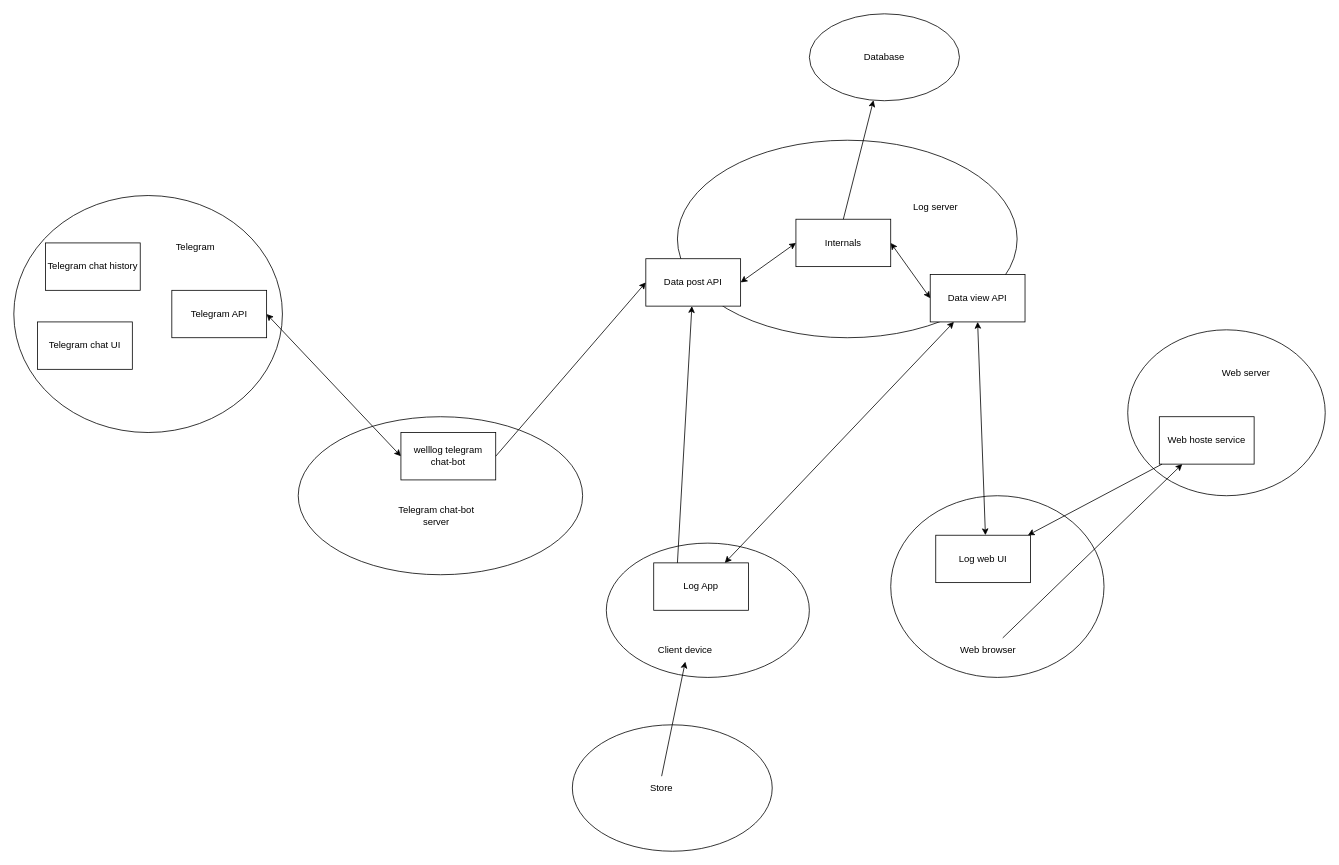
WayArts/log-server keeps this draw.io diagram as page "App components" (1 of 2) of Specification/Architecture.drawio. Above is the earlier version. Source tidied: cells renumbered, new cells numbered last; positions are measured from the earlier drawing's top-left corner, leaving out a move shared by most shapes. Both pictures are drawn from the tidied source at 79%, with x=0, y=0 at pixel (13, 13).
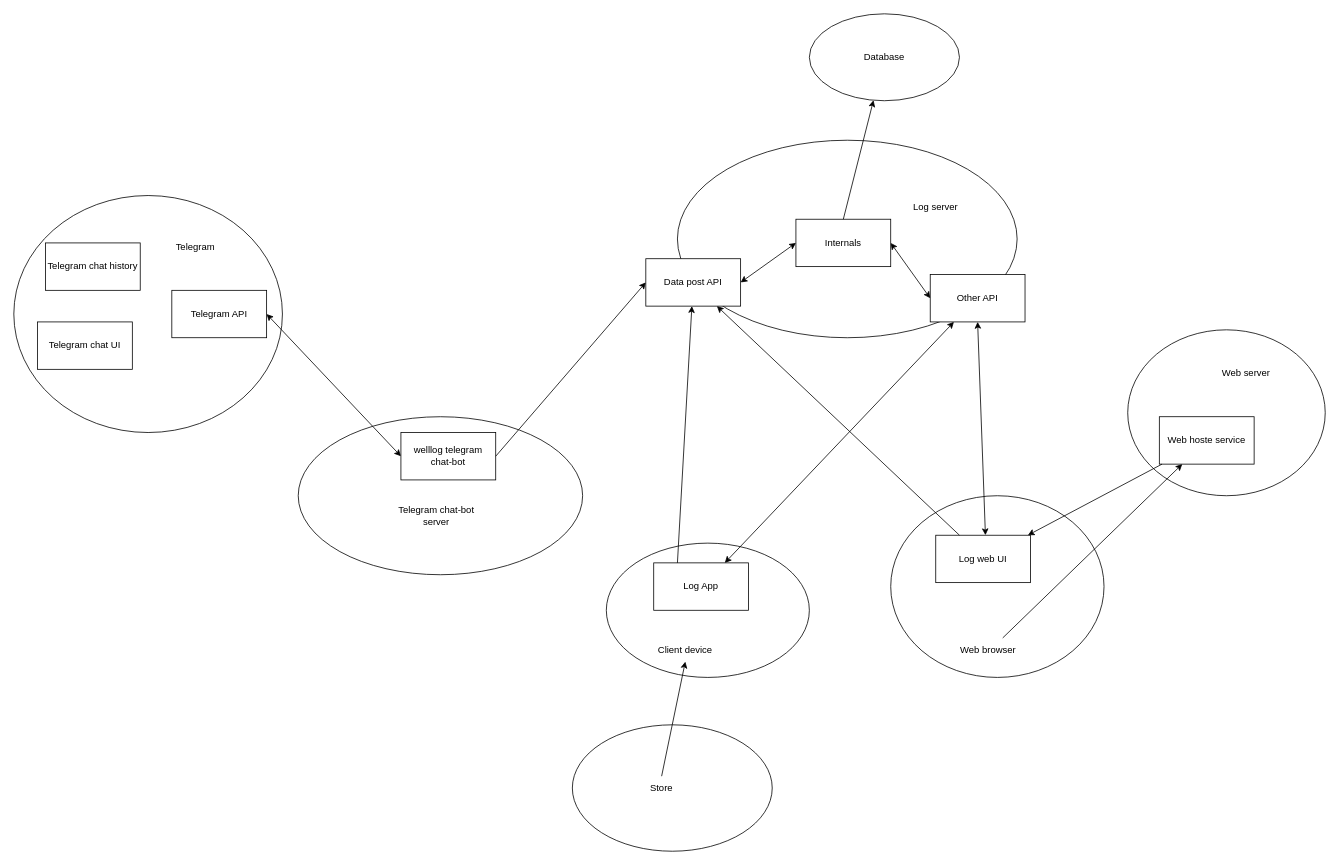
Above is the later version.

The change refers to these unchanged cells:
```xml
<mxCell id="10" value="Log web UI" style="rounded=0;whiteSpace=wrap;html=1;" parent="1" vertex="1">
  <mxGeometry x="1167" y="660" width="120" height="60" as="geometry" />
</mxCell>
<mxCell id="20" value="Data post API" style="rounded=0;whiteSpace=wrap;html=1;" parent="1" vertex="1">
  <mxGeometry x="800" y="310" width="120" height="60" as="geometry" />
</mxCell>
```

The edit, as a diff of the source:
```diff
@@
-    <mxCell id="9" value="Data view API" style="rounded=0;whiteSpace=wrap;html=1;" parent="1" vertex="1">
+    <mxCell id="9" value="Other API" style="rounded=0;whiteSpace=wrap;html=1;" parent="1" vertex="1">
       <mxGeometry x="1160" y="330" width="120" height="60" as="geometry" />
     </mxCell>
@@
+    <mxCell id="38" style="endArrow=classic;html=1;rounded=0;exitX=0.25;exitY=0;exitDx=0;exitDy=0;entryX=0.75;entryY=1;entryDx=0;entryDy=0;" parent="1" edge="1" source="10" target="20">
+      <mxGeometry relative="1" as="geometry" />
+    </mxCell>
```
